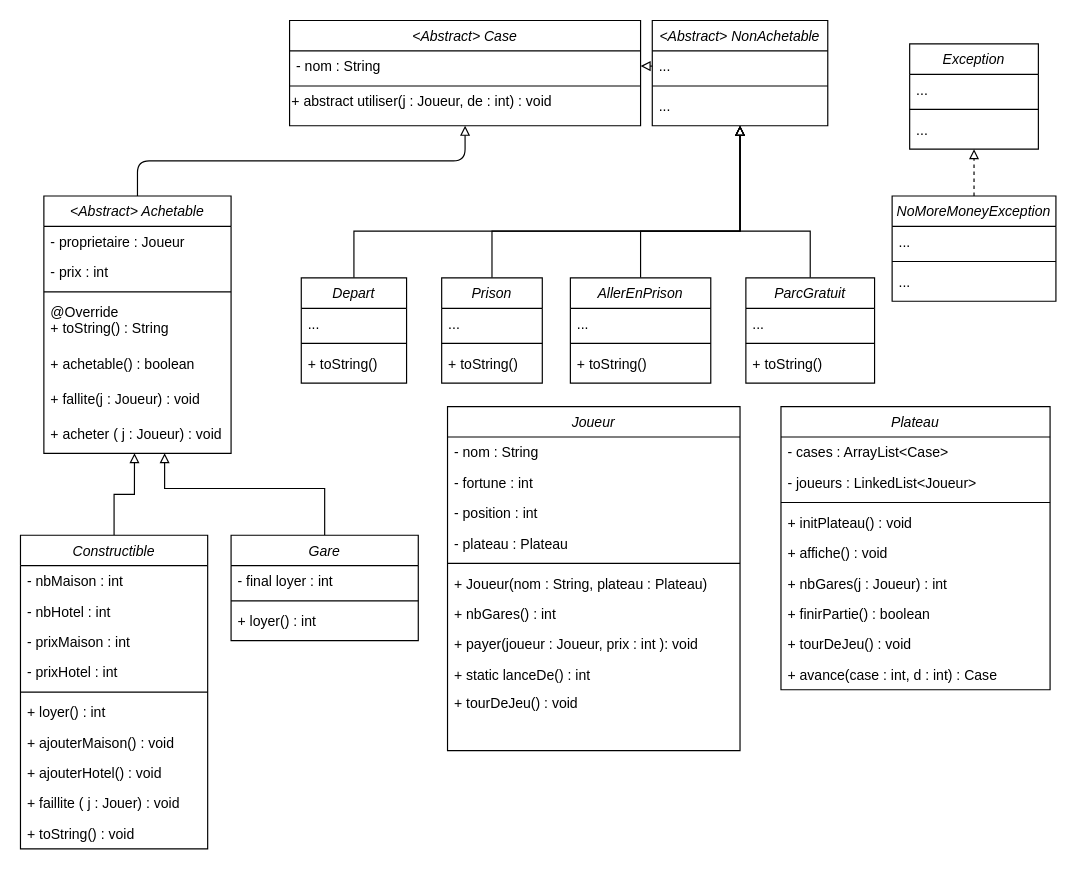
Before: UML_monopoly.drawio in hydrielax/monopoly, a draw.io diagram. Source tidied: cells renumbered, new cells numbered last; positions are measured from the earlier drawing's top-left corner, leaving out a move shared by most shapes. Both pictures are drawn from the tidied source at 117%, with x=0, y=0 at pixel (20, 20).
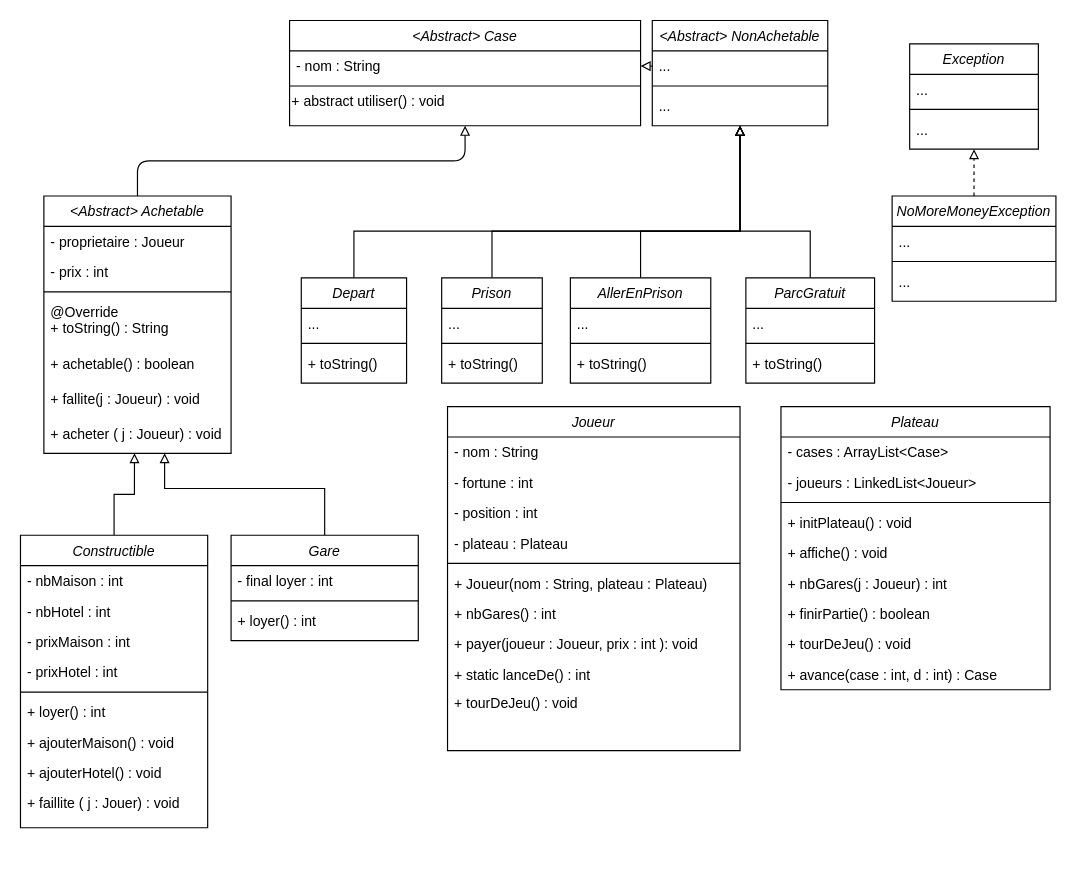
Above is the later version.

The change refers to these unchanged cells:
```xml
<mxCell id="2" value="&lt;Abstract&gt; Case" style="swimlane;fontStyle=2;align=center;verticalAlign=top;horizontal=1;startSize=26;rounded=0;shadow=0;strokeWidth=1;" parent="1" vertex="1">
  <mxGeometry x="230" width="300" height="90" as="geometry" />
</mxCell>
```

Change to the diagram source:
```diff
@@
-    <mxCell id="5" value="+ abstract utiliser(j : Joueur, de : int) : void" style="text;html=1;align=left;verticalAlign=middle;strokeColor=none;fillColor=none;" parent="2" vertex="1">
+    <mxCell id="5" value="+ abstract utiliser() : void" style="text;html=1;align=left;verticalAlign=middle;strokeColor=none;fillColor=none;" parent="2" vertex="1">
       <mxGeometry y="60" width="300" height="20" as="geometry" />
     </mxCell>
@@
     <mxCell id="41" value="Constructible" style="swimlane;fontStyle=2;align=center;verticalAlign=top;horizontal=1;startSize=26;rounded=0;shadow=0;strokeWidth=1;" parent="1" vertex="1">
-      <mxGeometry y="440" width="160" height="268" as="geometry" />
+      <mxGeometry y="440" width="160" height="250" as="geometry" />
     </mxCell>
@@
-    <mxCell id="51" value="+ toString() : void" style="text;align=left;verticalAlign=top;spacingLeft=4;spacingRight=4;overflow=hidden;" parent="41" vertex="1">
-      <mxGeometry y="242" width="160" height="26" as="geometry" />
-    </mxCell>
```
